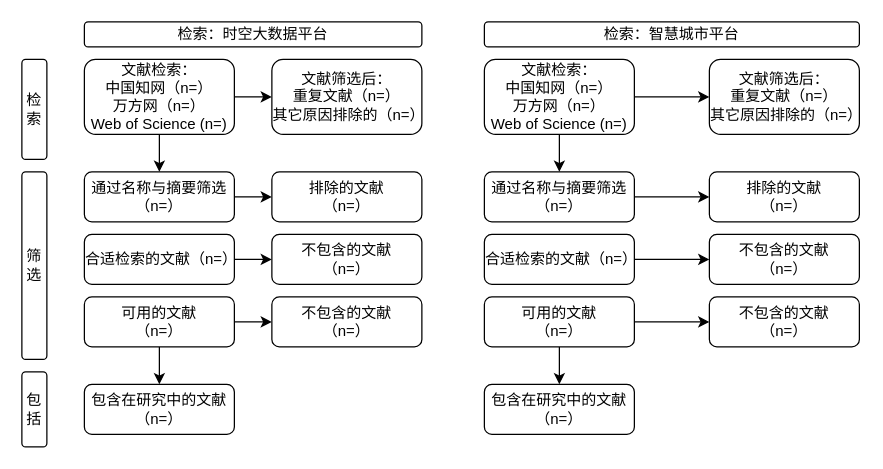
This is 时空大数据平台研究检索图.drawio from gaochaowyq/MinderGraph, a draw.io file, before an edit. Source tidied: cells renumbered, new cells numbered last; positions are measured from the earlier drawing's top-left corner, leaving out a move shared by most shapes. Both pictures are drawn from the tidied source at 125%, with x=0, y=0 at pixel (21, 21).
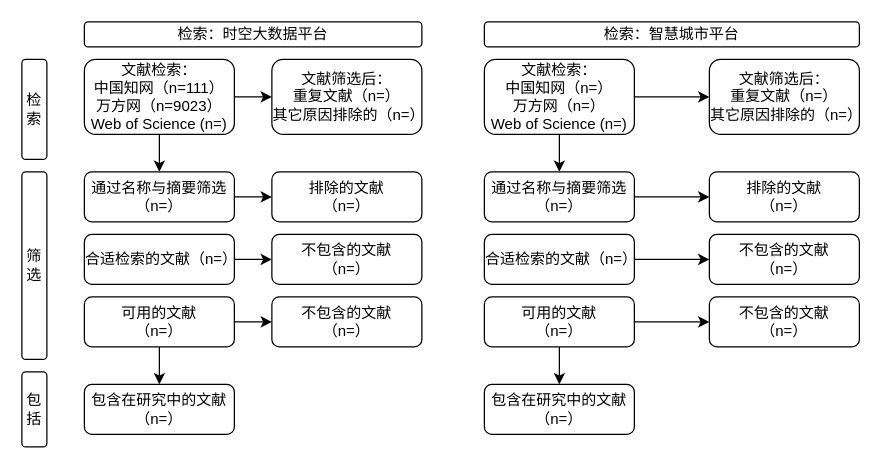
After the change.

Commit message (it also covers changes not shown here):
更新时空大数据平台研究检索图.drawio

Change to the diagram source:
```diff
@@
-    <mxCell id="9" value="文献检索：&lt;br&gt;中国知网（n=）&lt;br&gt;万方网（n=）&lt;br&gt;Web of Science (n=)" style="rounded=1;whiteSpace=wrap;html=1;" parent="1" vertex="1">
+    <mxCell id="9" value="文献检索：&lt;br&gt;中国知网（n=111）&lt;br&gt;万方网（n=9023）&lt;br&gt;Web of Science (n=)" style="rounded=1;whiteSpace=wrap;html=1;" parent="1" vertex="1">
       <mxGeometry x="50" y="30" width="120" height="60" as="geometry" />
     </mxCell>
```
